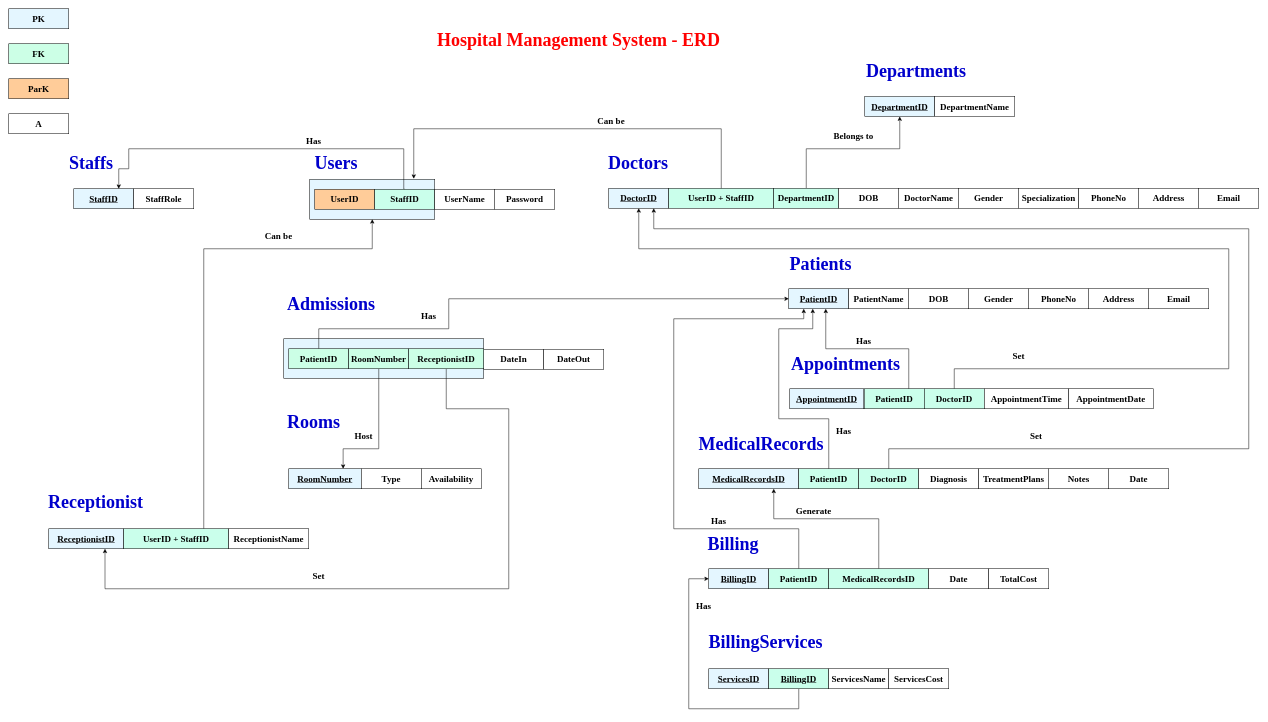
This is page "Page-2" (2 of 3) of Images/_HospitalManagementSystem.drawio from rahmaAlmamari/HospitalManagementSystem, a draw.io file, before an edit. Source tidied: cells renumbered, new cells numbered last; positions are measured from the earlier drawing's top-left corner, leaving out a move shared by most shapes. Both pictures are drawn from the tidied source at 50%, with x=0, y=0 at pixel (8, 8).
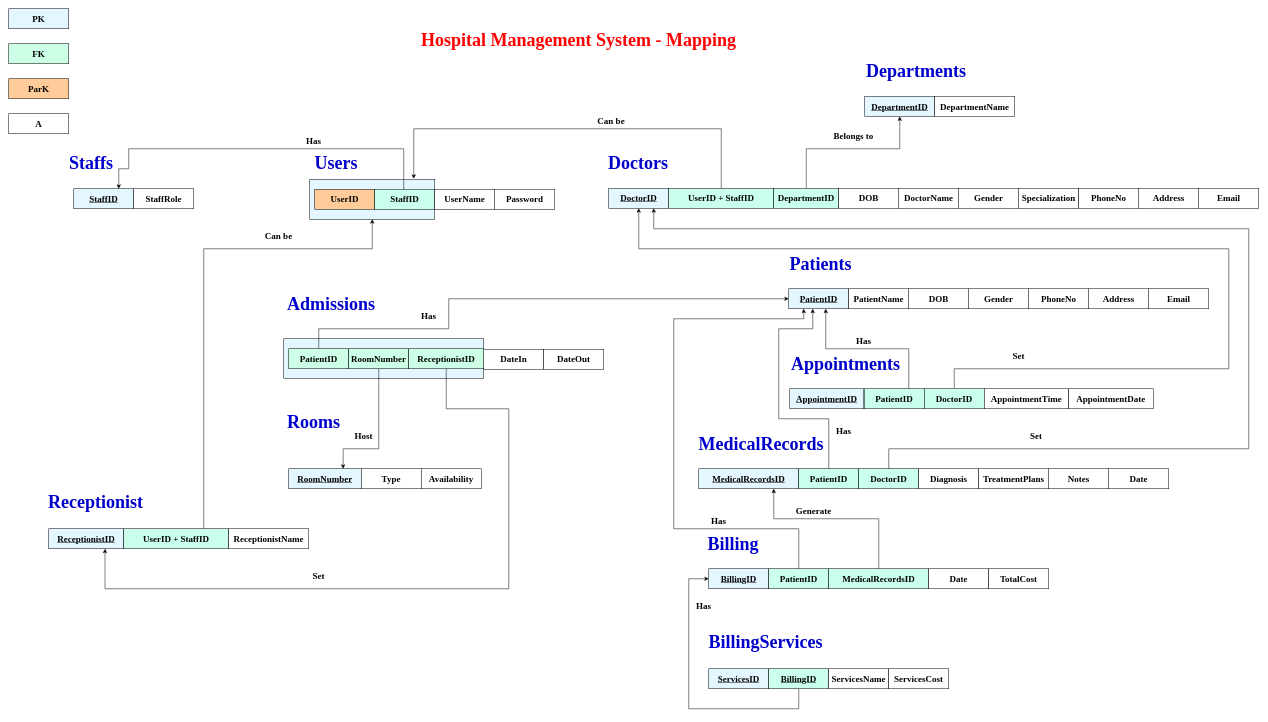
The same page after the edit.

Commit message (it also covers changes not shown here):
modify the mapping solution title

Diff of the diagram source:
```diff
@@
-    <mxCell id="4" value="&lt;h1&gt;&lt;font style=&quot;font-size: 36px; color: rgb(255, 0, 0);&quot; face=&quot;Times New Roman&quot;&gt; Hospital Management System - ERD&lt;/font&gt;&lt;/h1&gt;" style="text;html=1;align=center;verticalAlign=middle;whiteSpace=wrap;rounded=0;" parent="1" vertex="1">
+    <mxCell id="4" value="&lt;h1&gt;&lt;font style=&quot;font-size: 36px; color: rgb(255, 0, 0);&quot; face=&quot;Times New Roman&quot;&gt; Hospital Management System - Mapping&lt;/font&gt;&lt;/h1&gt;" style="text;html=1;align=center;verticalAlign=middle;whiteSpace=wrap;rounded=0;" parent="1" vertex="1">
       <mxGeometry x="820" y="22" width="640" height="80" as="geometry" />
     </mxCell>
```
